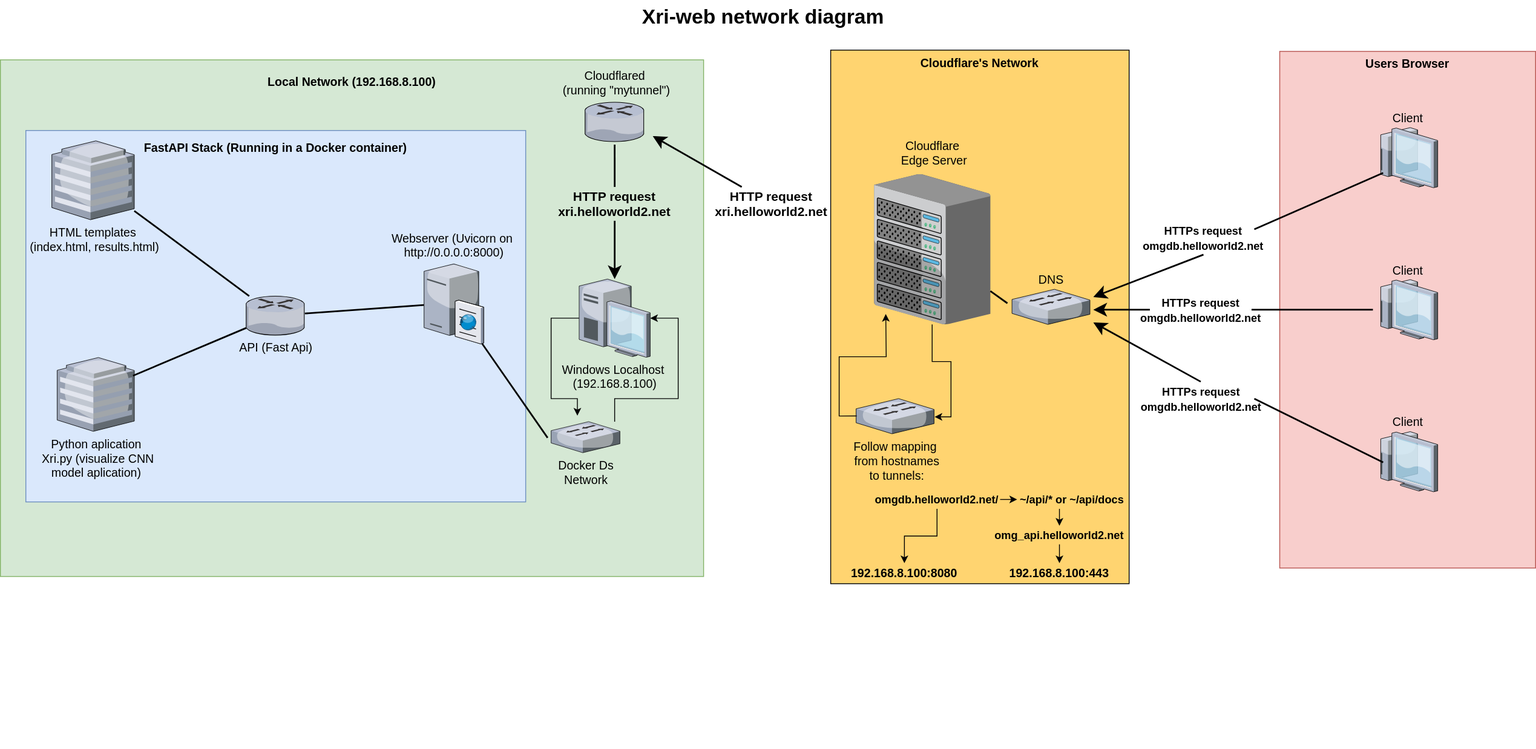
jmsaRuc/CITP_Portfolio_Project keeps this draw.io diagram as blueprint/network-diagram.drawio.svg. Above is the earlier version. Source tidied: cells renumbered, new cells last; positions are measured from the earlier drawing's top-left corner, leaving out a move shared by most shapes.
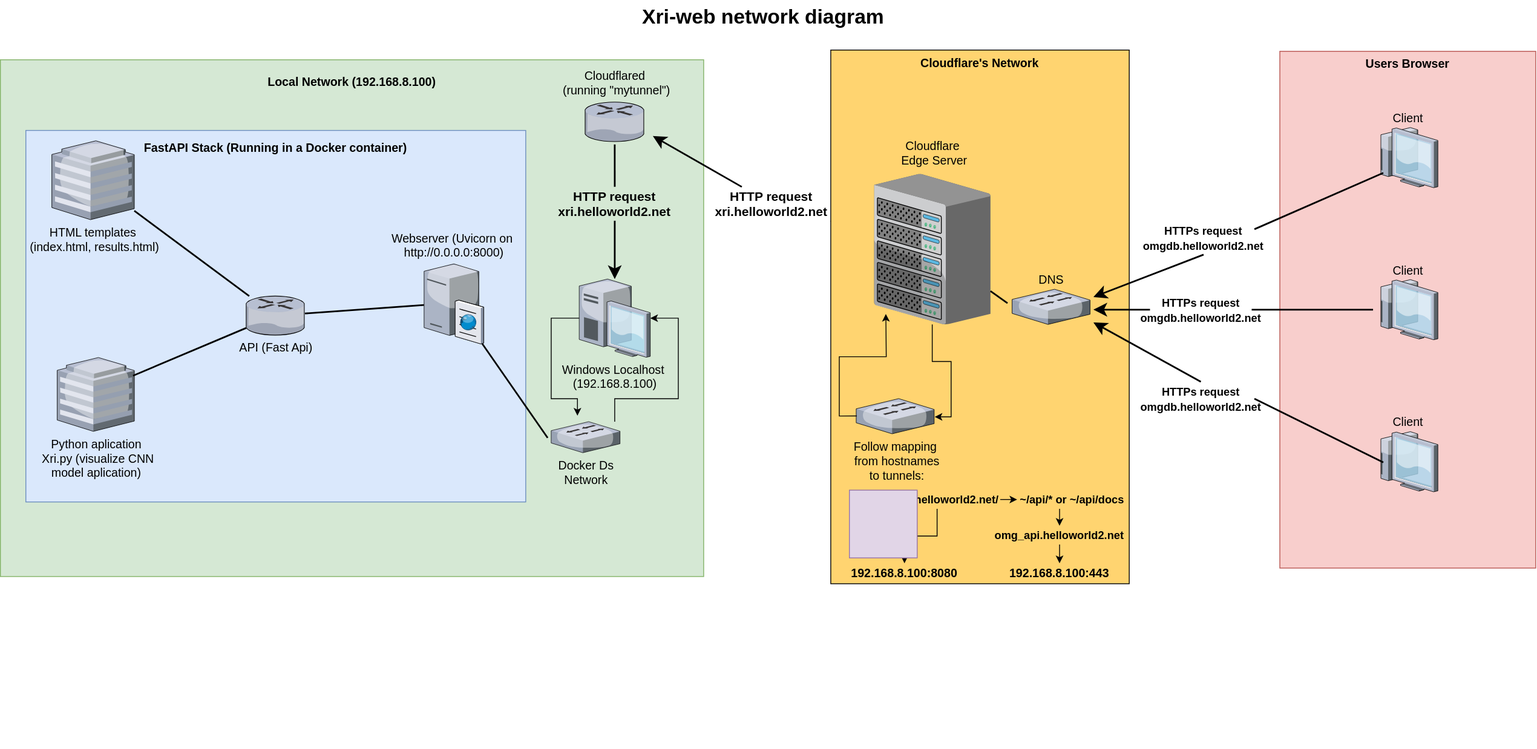
Above is the later version.

What changed in the source:
```diff
@@ -194,5 +194,8 @@
     <mxCell id="55" style="edgeStyle=orthogonalEdgeStyle;rounded=0;jettySize=auto;html=1;entryX=1.007;entryY=0.519;entryDx=0;entryDy=0;entryPerimeter=0;" parent="1" edge="1" source="34" target="35">
       <mxGeometry relative="1" as="geometry" />
     </mxCell>
+    <mxCell id="56" style="whiteSpace=wrap;html=1;fillColor=#e1d5e7;strokeColor=#9673a6;" parent="1" vertex="1">
+      <mxGeometry x="1002" y="578" width="80" height="80" as="geometry" />
+    </mxCell>
   </root>
 </mxGraphModel>
```
